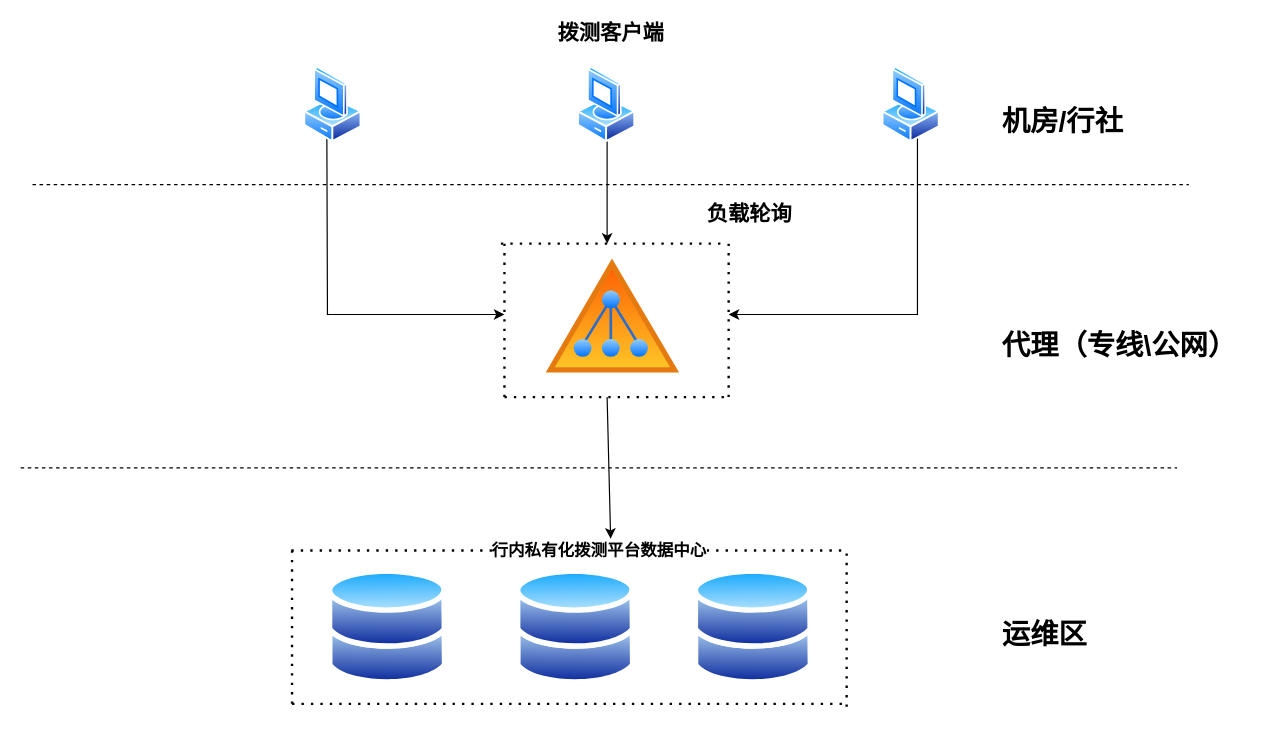
Before: 未命名绘图.drawio in zeng0550/free-programming-books, a draw.io diagram. Source tidied: cells renumbered, new cells numbered last; positions are measured from the earlier drawing's top-left corner, leaving out a move shared by most shapes. Both pictures are drawn from the tidied source at 118%, with x=0, y=0 at pixel (20, 66).
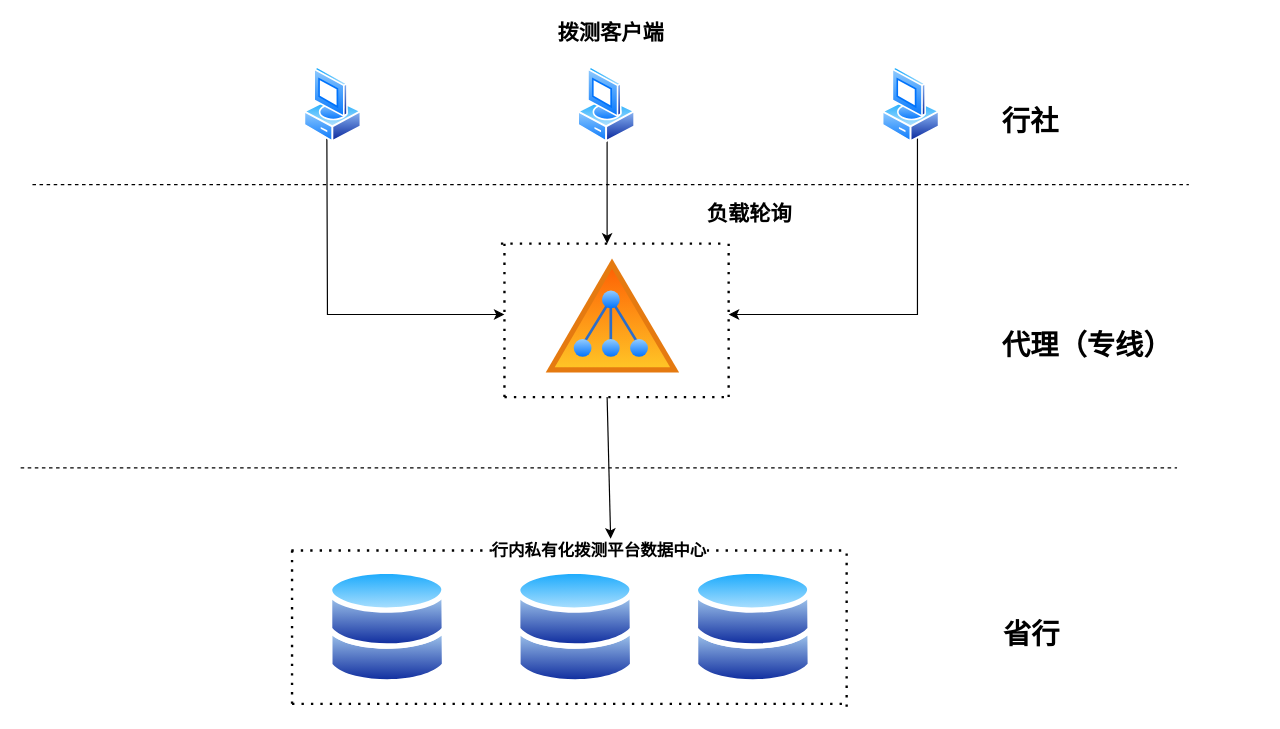
The same diagram, later.

Commit message:
浙江农信前端业务拨测Network架构.drawio

What changed in the source:
```diff
@@
-    <mxCell id="8" value="&lt;h1&gt;代理（专线\公网）&lt;/h1&gt;" style="text;whiteSpace=wrap;html=1;" parent="1" vertex="1">
+    <mxCell id="8" value="&lt;h1&gt;代理（专线）&lt;/h1&gt;" style="text;whiteSpace=wrap;html=1;" parent="1" vertex="1">
       <mxGeometry x="830" y="200" width="220" height="60" as="geometry" />
     </mxCell>
-    <mxCell id="9" value="&lt;h1&gt;机房/行社&lt;/h1&gt;" style="text;whiteSpace=wrap;html=1;" parent="1" vertex="1">
+    <mxCell id="9" value="&lt;h1&gt;行社&lt;/h1&gt;" style="text;whiteSpace=wrap;html=1;" parent="1" vertex="1">
       <mxGeometry x="830" y="10" width="110" height="60" as="geometry" />
     </mxCell>
@@
-    <mxCell id="11" value="&lt;h1&gt;运维区&lt;/h1&gt;" style="text;whiteSpace=wrap;html=1;" parent="1" vertex="1">
-      <mxGeometry x="830" y="445" width="90" height="60" as="geometry" />
+    <mxCell id="11" value="&lt;h1&gt;省行&lt;/h1&gt;" style="text;whiteSpace=wrap;html=1;" parent="1" vertex="1">
+      <mxGeometry x="831" y="445" width="90" height="60" as="geometry" />
     </mxCell>
```
